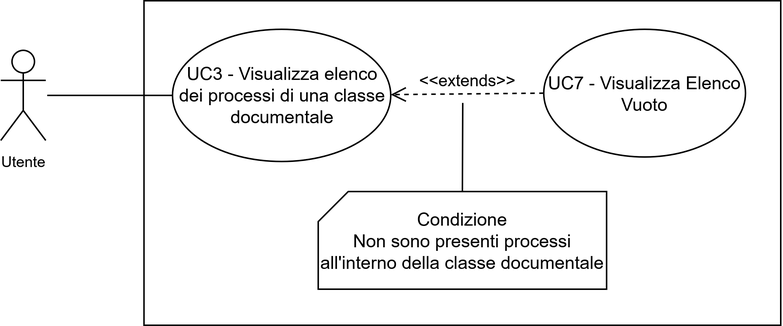
Before: assets/uml/UC3.png, a diagram exported from draw.io (7-ZPUs/Docs). Source tidied: cells renumbered, new cells last; positions are measured from the earlier drawing's top-left corner, leaving out a move shared by most shapes. The source it was exported from:
```xml
<mxGraphModel>
  <root>
    <mxCell id="0" />
    <mxCell id="1" parent="0" />
    <mxCell id="2" style="whiteSpace=wrap;html=1;" parent="1" vertex="1">
      <mxGeometry x="95.5" width="424.5" height="216" as="geometry" />
    </mxCell>
    <mxCell id="3" value="&lt;div&gt;UC3 - Visualizza elenco dei processi di una classe documentale&lt;/div&gt;" style="ellipse;whiteSpace=wrap;html=1;" parent="1" vertex="1">
      <mxGeometry x="114.5" y="19" width="145.5" height="88" as="geometry" />
    </mxCell>
    <mxCell id="4" value="&lt;font style=&quot;font-size: 10px;&quot;&gt;Utente&lt;/font&gt;" style="shape=umlActor;verticalLabelPosition=bottom;verticalAlign=top;html=1;" parent="1" vertex="1">
      <mxGeometry y="33" width="30" height="60" as="geometry" />
    </mxCell>
    <mxCell id="5" style="endArrow=none;html=1;rounded=0;entryX=0;entryY=0.5;entryDx=0;entryDy=0;" parent="1" edge="1" target="3">
      <mxGeometry relative="1" as="geometry">
        <mxPoint x="31" y="63" as="sourcePoint" />
      </mxGeometry>
    </mxCell>
    <mxCell id="6" value="UC7 - Visualizza Elenco Vuoto" style="ellipse;whiteSpace=wrap;html=1;" parent="1" vertex="1">
      <mxGeometry x="362" y="19" width="134.5" height="85" as="geometry" />
    </mxCell>
    <mxCell id="7" value="&amp;lt;&amp;lt;extends&amp;gt;&amp;gt;" style="html=1;verticalAlign=bottom;endArrow=open;dashed=1;endSize=8;curved=0;rounded=0;endFill=0;exitX=0;exitY=0.5;exitDx=0;exitDy=0;" parent="1" edge="1" source="6" target="3">
      <mxGeometry relative="1" as="geometry" />
    </mxCell>
    <mxCell id="8" value="Condizione&lt;div&gt;Non sono presenti processi all'interno della classe documentale&lt;/div&gt;" style="shape=card;whiteSpace=wrap;html=1;size=20;" parent="1" vertex="1">
      <mxGeometry x="211.6" y="127" width="192.2" height="65" as="geometry" />
    </mxCell>
    <mxCell id="9" style="endArrow=none;startArrow=none;html=1;rounded=0;entryX=0.5;entryY=0;entryDx=0;entryDy=0;entryPerimeter=0;startFill=0;endFill=0;" parent="1" edge="1" target="8">
      <mxGeometry relative="1" as="geometry">
        <mxPoint x="308" y="68" as="sourcePoint" />
      </mxGeometry>
    </mxCell>
  </root>
</mxGraphModel>
```
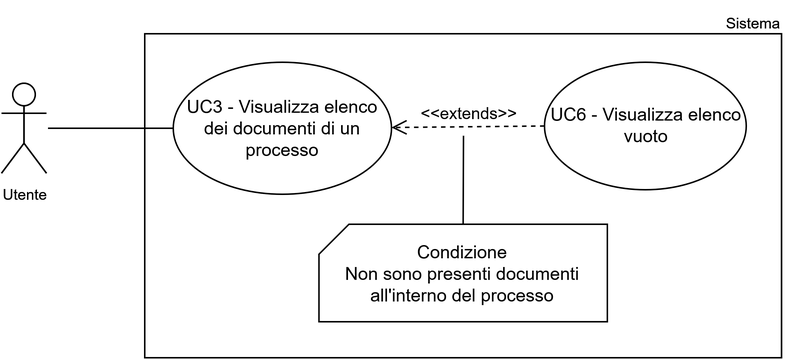
The same file after the commit.

What changed in the source:
```diff
@@ -5,30 +5,64 @@
     <mxCell id="2" style="whiteSpace=wrap;html=1;" parent="1" vertex="1">
       <mxGeometry x="95.5" width="424.5" height="216" as="geometry" />
     </mxCell>
-    <mxCell id="3" value="&lt;div&gt;UC3 - Visualizza elenco dei processi di una classe documentale&lt;/div&gt;" style="ellipse;whiteSpace=wrap;html=1;" parent="1" vertex="1">
+    <mxCell id="3" value="&lt;div&gt;UC5 - Visualizza elenco dei documenti di un processo&lt;/div&gt;" style="ellipse;whiteSpace=wrap;html=1;" parent="1" vertex="1">
       <mxGeometry x="114.5" y="19" width="145.5" height="88" as="geometry" />
     </mxCell>
     <mxCell id="4" value="&lt;font style=&quot;font-size: 10px;&quot;&gt;Utente&lt;/font&gt;" style="shape=umlActor;verticalLabelPosition=bottom;verticalAlign=top;html=1;" parent="1" vertex="1">
       <mxGeometry y="33" width="30" height="60" as="geometry" />
     </mxCell>
-    <mxCell id="5" style="endArrow=none;html=1;rounded=0;entryX=0;entryY=0.5;entryDx=0;entryDy=0;" parent="1" edge="1" target="3">
-      <mxGeometry relative="1" as="geometry">
-        <mxPoint x="31" y="63" as="sourcePoint" />
-      </mxGeometry>
+    <mxCell id="5" value="Sistema" style="text;html=1;whiteSpace=wrap;strokeColor=none;fillColor=none;align=center;verticalAlign=middle;rounded=0;fontSize=10;" parent="1" vertex="1">
+      <mxGeometry x="471" y="-22.5" width="60" height="30" as="geometry" />
     </mxCell>
-    <mxCell id="6" value="UC7 - Visualizza Elenco Vuoto" style="ellipse;whiteSpace=wrap;html=1;" parent="1" vertex="1">
-      <mxGeometry x="362" y="19" width="134.5" height="85" as="geometry" />
+    <mxCell id="6" style="endArrow=none;html=1;rounded=0;entryX=0;entryY=0.5;entryDx=0;entryDy=0;" parent="1" edge="1" target="3">
+      <mxGeometry relative="1" as="geometry">
+        <mxPoint x="31" y="63" as="sourcePoint" />
+      </mxGeometry>
     </mxCell>
-    <mxCell id="7" value="&amp;lt;&amp;lt;extends&amp;gt;&amp;gt;" style="html=1;verticalAlign=bottom;endArrow=open;dashed=1;endSize=8;curved=0;rounded=0;endFill=0;exitX=0;exitY=0.5;exitDx=0;exitDy=0;" parent="1" edge="1" source="6" target="3">
-      <mxGeometry relative="1" as="geometry" />
+    <mxCell id="7" value="UC7 - Visualizza elenco vuoto" style="ellipse;whiteSpace=wrap;html=1;" parent="1" vertex="1">
+      <mxGeometry x="362" y="19" width="134.5" height="85" as="geometry" />
     </mxCell>
-    <mxCell id="8" value="Condizione&lt;div&gt;Non sono presenti processi all'interno della classe documentale&lt;/div&gt;" style="shape=card;whiteSpace=wrap;html=1;size=20;" parent="1" vertex="1">
-      <mxGeometry x="211.6" y="127" width="192.2" height="65" as="geometry" />
+    <mxCell id="8" value="&amp;lt;&amp;lt;extends&amp;gt;&amp;gt;" style="html=1;verticalAlign=bottom;endArrow=open;dashed=1;endSize=8;curved=0;rounded=0;endFill=0;exitX=0;exitY=0.5;exitDx=0;exitDy=0;" parent="1" edge="1" source="7" target="3">
+      <mxGeometry relative="1" as="geometry" />
     </mxCell>
-    <mxCell id="9" style="endArrow=none;startArrow=none;html=1;rounded=0;entryX=0.5;entryY=0;entryDx=0;entryDy=0;entryPerimeter=0;startFill=0;endFill=0;" parent="1" edge="1" target="8">
-      <mxGeometry relative="1" as="geometry">
-        <mxPoint x="308" y="68" as="sourcePoint" />
-      </mxGeometry>
+    <mxCell id="9" value="Condizione&lt;div&gt;Non sono presenti documenti all'interno del processo&lt;/div&gt;" style="shape=card;whiteSpace=wrap;html=1;size=20;" parent="1" vertex="1">
+      <mxGeometry x="211.6" y="127" width="192.2" height="65" as="geometry" />
     </mxCell>
+    <mxCell id="10" style="endArrow=none;startArrow=none;html=1;rounded=0;entryX=0.5;entryY=0;entryDx=0;entryDy=0;entryPerimeter=0;startFill=0;endFill=0;" parent="1" edge="1" target="9">
+      <mxGeometry relative="1" as="geometry">
+        <mxPoint x="308" y="68" as="sourcePoint" />
+      </mxGeometry>
+    </mxCell>
+    <mxCell id="11" style="whiteSpace=wrap;html=1;" parent="1" vertex="1">
+      <mxGeometry x="95.5" width="424.5" height="216" as="geometry" />
+    </mxCell>
+    <mxCell id="12" value="&lt;div&gt;UC3 - Visualizza elenco dei documenti di un processo&lt;/div&gt;" style="ellipse;whiteSpace=wrap;html=1;" parent="1" vertex="1">
+      <mxGeometry x="114.5" y="19" width="145.5" height="88" as="geometry" />
+    </mxCell>
+    <mxCell id="13" value="&lt;font style=&quot;font-size: 10px;&quot;&gt;Utente&lt;/font&gt;" style="shape=umlActor;verticalLabelPosition=bottom;verticalAlign=top;html=1;" parent="1" vertex="1">
+      <mxGeometry y="33" width="30" height="60" as="geometry" />
+    </mxCell>
+    <mxCell id="14" value="Sistema" style="text;html=1;whiteSpace=wrap;strokeColor=none;fillColor=none;align=center;verticalAlign=middle;rounded=0;fontSize=10;" parent="1" vertex="1">
+      <mxGeometry x="471" y="-22.5" width="60" height="30" as="geometry" />
+    </mxCell>
+    <mxCell id="15" style="endArrow=none;html=1;rounded=0;entryX=0;entryY=0.5;entryDx=0;entryDy=0;" parent="1" edge="1" target="12">
+      <mxGeometry relative="1" as="geometry">
+        <mxPoint x="31" y="63" as="sourcePoint" />
+      </mxGeometry>
+    </mxCell>
+    <mxCell id="16" value="UC6 - Visualizza elenco vuoto" style="ellipse;whiteSpace=wrap;html=1;" parent="1" vertex="1">
+      <mxGeometry x="362" y="19" width="134.5" height="85" as="geometry" />
+    </mxCell>
+    <mxCell id="17" value="&amp;lt;&amp;lt;extends&amp;gt;&amp;gt;" style="html=1;verticalAlign=bottom;endArrow=open;dashed=1;endSize=8;curved=0;rounded=0;endFill=0;exitX=0;exitY=0.5;exitDx=0;exitDy=0;" parent="1" edge="1" source="16" target="12">
+      <mxGeometry relative="1" as="geometry" />
+    </mxCell>
+    <mxCell id="18" value="Condizione&lt;div&gt;Non sono presenti documenti all'interno del processo&lt;/div&gt;" style="shape=card;whiteSpace=wrap;html=1;size=20;" parent="1" vertex="1">
+      <mxGeometry x="211.6" y="127" width="192.2" height="65" as="geometry" />
+    </mxCell>
+    <mxCell id="19" style="endArrow=none;startArrow=none;html=1;rounded=0;entryX=0.5;entryY=0;entryDx=0;entryDy=0;entryPerimeter=0;startFill=0;endFill=0;" parent="1" edge="1" target="18">
+      <mxGeometry relative="1" as="geometry">
+        <mxPoint x="308" y="68" as="sourcePoint" />
+      </mxGeometry>
+    </mxCell>
   </root>
 </mxGraphModel>
```
